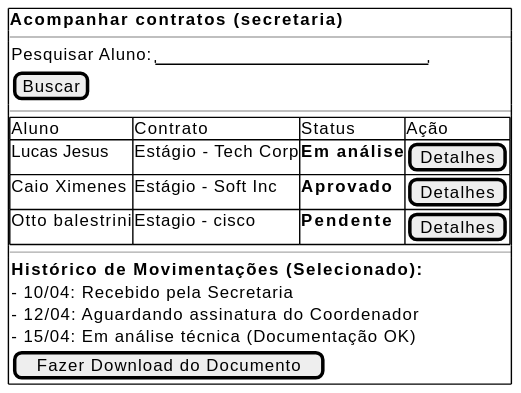
Above: docs/assets/Diagramas/out/acompanhar_contrato_secretaria.svg in Projetos-de-Extensao/PBE_26.1_8002_III (PlantUML), before the change. The source it was exported from:
```plantuml
@startsalt tela_doc
{
{+
**Acompanhar contratos (secretaria)**
--
{
Pesquisar Aluno: | "                        "
[Buscar]
}
--
{#
Aluno | Contrato | Status | Ação
Lucas Jesus | Estágio - Tech Corp | **Em análise** | [Detalhes]
Caio Ximenes | Estágio - Soft Inc | **Aprovado** | [Detalhes]
Otto balestrini | Estagio - cisco   | **Pendente** | [Detalhes]
}
--
{
**Histórico de Movimentações (Selecionado):**
- 10/04: Recebido pela Secretaria
- 12/04: Aguardando assinatura do Coordenador
- 15/04: Em análise técnica (Documentação OK)
[Fazer Download do Documento]
}
}

}
@endsalt
```
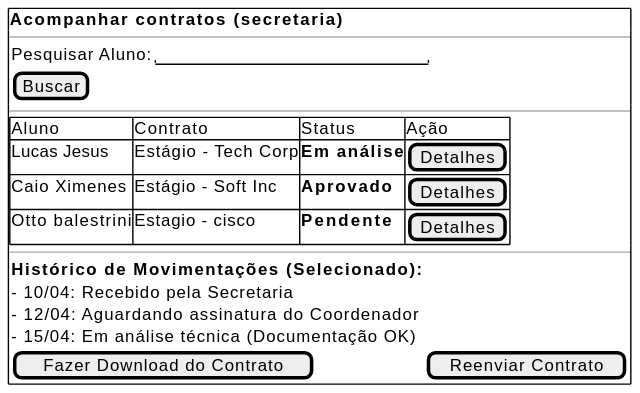
The same diagram one commit later.

What changed in the source:
```diff
@@ -20,7 +20,7 @@
 - 10/04: Recebido pela Secretaria
 - 12/04: Aguardando assinatura do Coordenador
 - 15/04: Em análise técnica (Documentação OK)
-[Fazer Download do Documento]
+[Fazer Download do Contrato] | [Reenviar Contrato]
 }
 }
 
```
